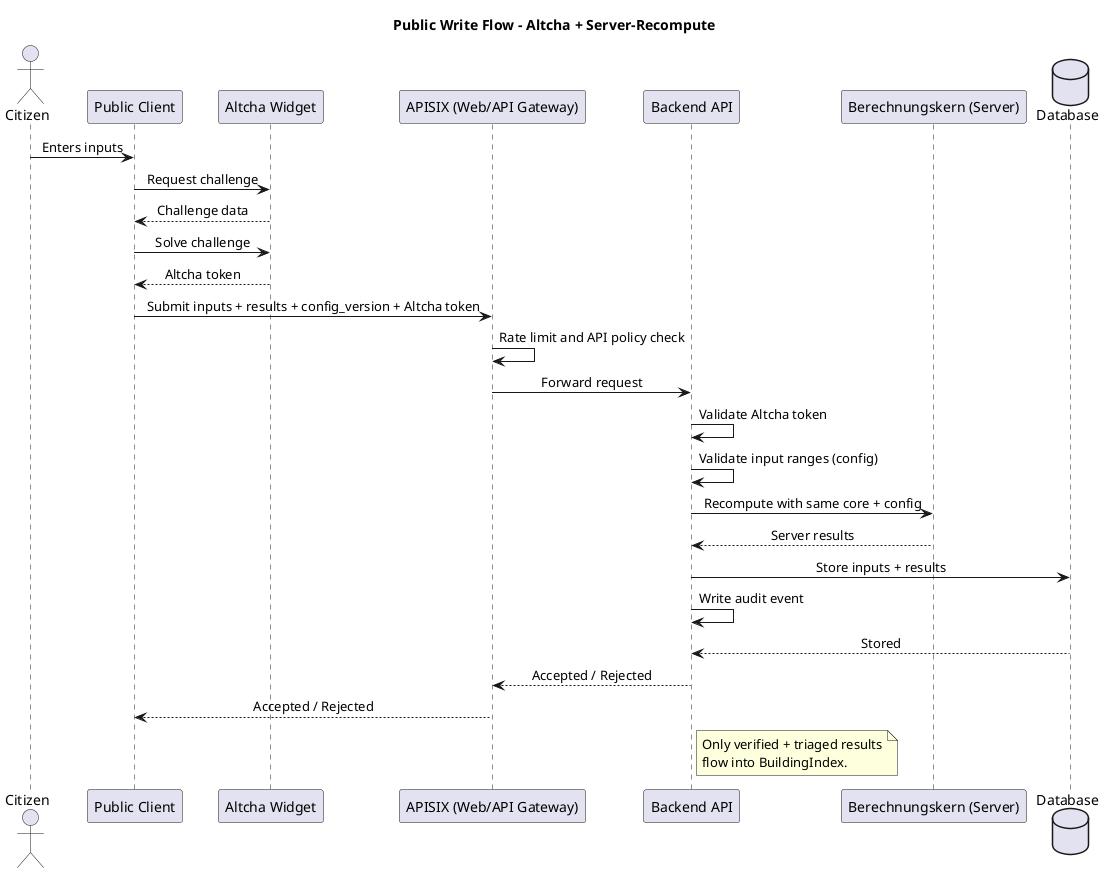
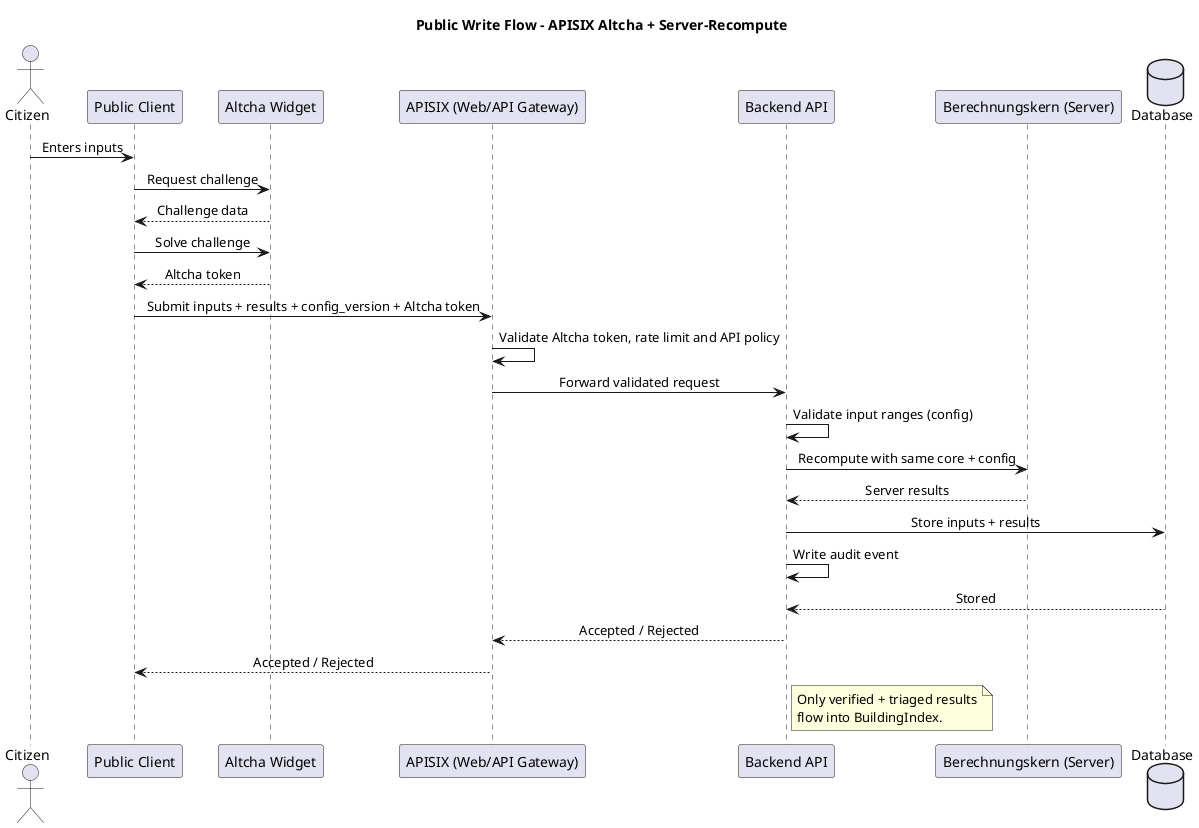
﻿@startuml
skinparam sequenceMessageAlign center
skinparam responseMessageBelowArrow true

- title Public Write Flow - Altcha + Server-Recompute
+ title Public Write Flow - APISIX Altcha + Server-Recompute

actor Citizen as user
participant "Public Client" as client
participant "Altcha Widget" as altcha
participant "APISIX (Web/API Gateway)" as gateway
participant "Backend API" as api
participant "Berechnungskern (Server)" as calc
database "Database" as db

user -> client: Enters inputs
client -> altcha: Request challenge
altcha --> client: Challenge data
client -> altcha: Solve challenge
altcha --> client: Altcha token

client -> gateway: Submit inputs + results + config_version + Altcha token
- gateway -> gateway: Rate limit and API policy check
- gateway -> api: Forward request
- api -> api: Validate Altcha token
+ gateway -> gateway: Validate Altcha token, rate limit and API policy
+ gateway -> api: Forward validated request
api -> api: Validate input ranges (config)
api -> calc: Recompute with same core + config
calc --> api: Server results
api -> db: Store inputs + results
api -> api: Write audit event
db --> api: Stored
api --> gateway: Accepted / Rejected
gateway --> client: Accepted / Rejected

note right of api
Only verified + triaged results
flow into BuildingIndex.
end note

@enduml

